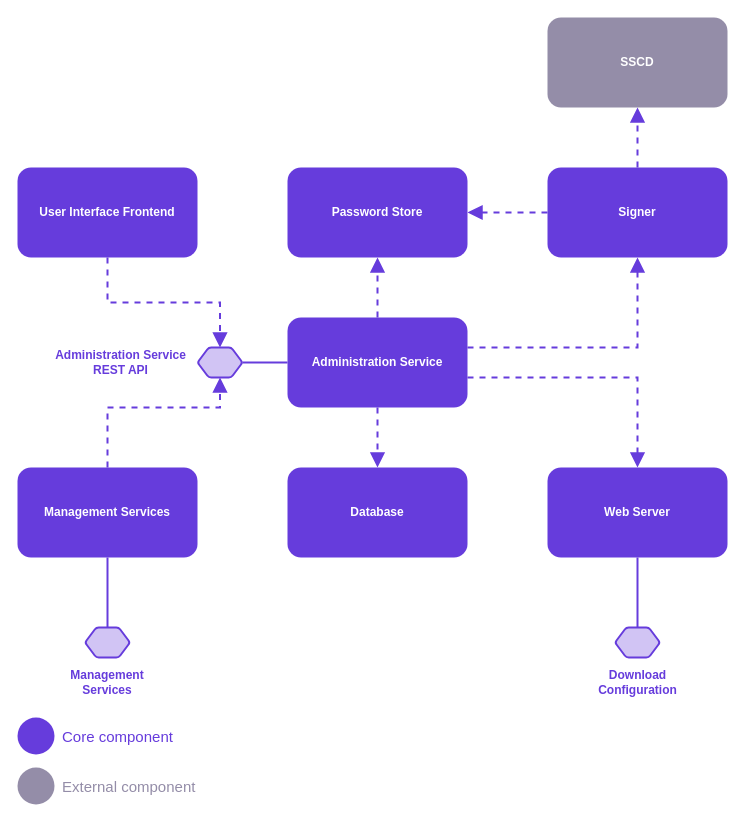
Earlier version of the draw.io diagram doc/Architecture/img/arc-cs_components_and_interfaces_of_the_x_road_central_server.drawio (georgeroliveira/X-VIA-MTI). Source tidied: cells renumbered, new cells numbered last; positions are measured from the earlier drawing's top-left corner, leaving out a move shared by most shapes. Both pictures are drawn from the tidied source at 100%, with x=0, y=0 at pixel (17, 17).
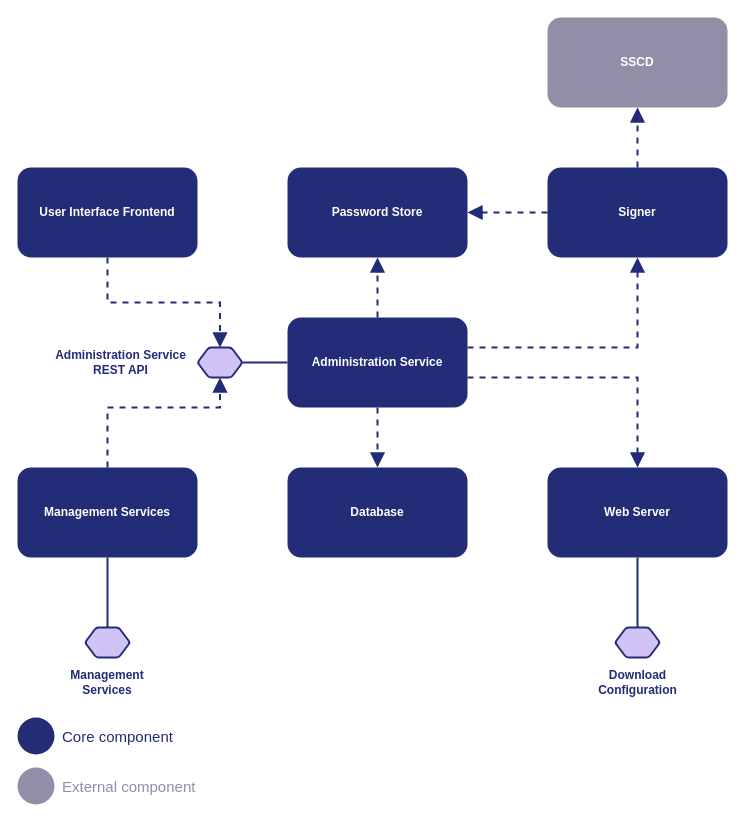
Above is the later version.

The change refers to these unchanged cells:
```xml
<mxCell id="6" value="&lt;b&gt;SSCD&lt;/b&gt;" style="rounded=1;whiteSpace=wrap;html=1;dashed=1;strokeColor=none;strokeWidth=2;fontColor=#FFFFFF;fillColor=#948DA8;" parent="1" vertex="1">
  <mxGeometry x="530" width="180" height="90" as="geometry" />
</mxCell>
```

Diff of the diagram source:
```diff
@@
-    <mxCell id="2" style="edgeStyle=orthogonalEdgeStyle;shape=connector;rounded=0;jettySize=auto;html=1;entryX=0.5;entryY=1;entryDx=0;entryDy=0;dashed=1;labelBackgroundColor=default;strokeColor=#663CDC;strokeWidth=2;fontFamily=Helvetica;fontSize=12;fontColor=default;endArrow=block;endFill=1;startSize=10;endSize=10;" parent="1" edge="1" source="3" target="20">
+    <mxCell id="2" style="edgeStyle=orthogonalEdgeStyle;shape=connector;rounded=0;jettySize=auto;html=1;entryX=0.5;entryY=1;entryDx=0;entryDy=0;dashed=1;labelBackgroundColor=default;strokeColor=#232c77;strokeWidth=2;fontFamily=Helvetica;fontSize=12;fontColor=default;endArrow=block;endFill=1;startSize=10;endSize=10;" parent="1" edge="1" source="3" target="20">
       <mxGeometry relative="1" as="geometry">
         <Array as="points">
           <mxPoint x="90" y="390" />
           <mxPoint x="203" y="390" />
         </Array>
       </mxGeometry>
     </mxCell>
-    <mxCell id="3" value="&lt;b&gt;Management Services&lt;/b&gt;" style="rounded=1;whiteSpace=wrap;html=1;dashed=1;strokeColor=none;strokeWidth=2;fontColor=#FFFFFF;fillColor=#663CDC;" parent="1" vertex="1">
+    <mxCell id="3" value="&lt;b&gt;Management Services&lt;/b&gt;" style="rounded=1;whiteSpace=wrap;html=1;dashed=1;strokeColor=none;strokeWidth=2;fontColor=#FFFFFF;fillColor=#232c77;" parent="1" vertex="1">
       <mxGeometry y="450" width="180" height="90" as="geometry" />
     </mxCell>
-    <mxCell id="4" value="&lt;b&gt;Database&lt;/b&gt;" style="rounded=1;whiteSpace=wrap;html=1;dashed=1;strokeColor=none;strokeWidth=2;fontColor=#FFFFFF;fillColor=#663CDC;" parent="1" vertex="1">
+    <mxCell id="4" value="&lt;b&gt;Database&lt;/b&gt;" style="rounded=1;whiteSpace=wrap;html=1;dashed=1;strokeColor=none;strokeWidth=2;fontColor=#FFFFFF;fillColor=#232c77;" parent="1" vertex="1">
       <mxGeometry x="270" y="450" width="180" height="90" as="geometry" />
     </mxCell>
-    <mxCell id="5" value="&lt;b&gt;Web Server&lt;/b&gt;" style="rounded=1;whiteSpace=wrap;html=1;dashed=1;strokeColor=none;strokeWidth=2;fontColor=#FFFFFF;fillColor=#663CDC;" parent="1" vertex="1">
+    <mxCell id="5" value="&lt;b&gt;Web Server&lt;/b&gt;" style="rounded=1;whiteSpace=wrap;html=1;dashed=1;strokeColor=none;strokeWidth=2;fontColor=#FFFFFF;fillColor=#232c77;" parent="1" vertex="1">
       <mxGeometry x="530" y="450" width="180" height="90" as="geometry" />
     </mxCell>
@@
-    <mxCell id="7" style="edgeStyle=orthogonalEdgeStyle;shape=connector;rounded=0;jettySize=auto;html=1;dashed=1;labelBackgroundColor=default;strokeColor=#663CDC;strokeWidth=2;fontFamily=Helvetica;fontSize=12;fontColor=default;endArrow=block;endFill=1;startSize=10;endSize=10;" parent="1" edge="1" source="9" target="10">
+    <mxCell id="7" style="edgeStyle=orthogonalEdgeStyle;shape=connector;rounded=0;jettySize=auto;html=1;dashed=1;labelBackgroundColor=default;strokeColor=#232c77;strokeWidth=2;fontFamily=Helvetica;fontSize=12;fontColor=default;endArrow=block;endFill=1;startSize=10;endSize=10;" parent="1" edge="1" source="9" target="10">
       <mxGeometry relative="1" as="geometry" />
     </mxCell>
-    <mxCell id="8" style="edgeStyle=orthogonalEdgeStyle;shape=connector;rounded=0;jettySize=auto;html=1;dashed=1;labelBackgroundColor=default;strokeColor=#663CDC;strokeWidth=2;fontFamily=Helvetica;fontSize=12;fontColor=default;endArrow=block;endFill=1;startSize=10;endSize=10;" parent="1" edge="1" source="9" target="6">
+    <mxCell id="8" style="edgeStyle=orthogonalEdgeStyle;shape=connector;rounded=0;jettySize=auto;html=1;dashed=1;labelBackgroundColor=default;strokeColor=#232c77;strokeWidth=2;fontFamily=Helvetica;fontSize=12;fontColor=default;endArrow=block;endFill=1;startSize=10;endSize=10;" parent="1" edge="1" source="9" target="6">
       <mxGeometry relative="1" as="geometry" />
     </mxCell>
-    <mxCell id="9" value="&lt;b&gt;Signer&lt;/b&gt;" style="rounded=1;whiteSpace=wrap;html=1;dashed=1;strokeColor=none;strokeWidth=2;fontColor=#FFFFFF;fillColor=#663CDC;" parent="1" vertex="1">
+    <mxCell id="9" value="&lt;b&gt;Signer&lt;/b&gt;" style="rounded=1;whiteSpace=wrap;html=1;dashed=1;strokeColor=none;strokeWidth=2;fontColor=#FFFFFF;fillColor=#232c77;" parent="1" vertex="1">
       <mxGeometry x="530" y="150" width="180" height="90" as="geometry" />
     </mxCell>
-    <mxCell id="10" value="&lt;b&gt;Password Store&lt;/b&gt;" style="rounded=1;whiteSpace=wrap;html=1;dashed=1;strokeColor=none;strokeWidth=2;fontColor=#FFFFFF;fillColor=#663CDC;" parent="1" vertex="1">
+    <mxCell id="10" value="&lt;b&gt;Password Store&lt;/b&gt;" style="rounded=1;whiteSpace=wrap;html=1;dashed=1;strokeColor=none;strokeWidth=2;fontColor=#FFFFFF;fillColor=#232c77;" parent="1" vertex="1">
       <mxGeometry x="270" y="150" width="180" height="90" as="geometry" />
     </mxCell>
-    <mxCell id="11" style="edgeStyle=orthogonalEdgeStyle;shape=connector;rounded=0;jettySize=auto;html=1;entryX=0.5;entryY=0;entryDx=0;entryDy=0;dashed=1;labelBackgroundColor=default;strokeColor=#663CDC;strokeWidth=2;fontFamily=Helvetica;fontSize=12;fontColor=default;endArrow=block;endFill=1;startSize=10;endSize=10;exitX=0.5;exitY=1;exitDx=0;exitDy=0;" parent="1" edge="1" source="12" target="20">
+    <mxCell id="11" style="edgeStyle=orthogonalEdgeStyle;shape=connector;rounded=0;jettySize=auto;html=1;entryX=0.5;entryY=0;entryDx=0;entryDy=0;dashed=1;labelBackgroundColor=default;strokeColor=#232c77;strokeWidth=2;fontFamily=Helvetica;fontSize=12;fontColor=default;endArrow=block;endFill=1;startSize=10;endSize=10;exitX=0.5;exitY=1;exitDx=0;exitDy=0;" parent="1" edge="1" source="12" target="20">
       <mxGeometry relative="1" as="geometry" />
     </mxCell>
-    <mxCell id="12" value="&lt;b&gt;User Interface Frontend&lt;/b&gt;" style="rounded=1;whiteSpace=wrap;html=1;dashed=1;strokeColor=none;strokeWidth=2;fontColor=#FFFFFF;fillColor=#663CDC;" parent="1" vertex="1">
+    <mxCell id="12" value="&lt;b&gt;User Interface Frontend&lt;/b&gt;" style="rounded=1;whiteSpace=wrap;html=1;dashed=1;strokeColor=none;strokeWidth=2;fontColor=#FFFFFF;fillColor=#232c77;" parent="1" vertex="1">
       <mxGeometry y="150" width="180" height="90" as="geometry" />
     </mxCell>
-    <mxCell id="13" style="edgeStyle=orthogonalEdgeStyle;rounded=0;jettySize=auto;html=1;entryX=0.5;entryY=0;entryDx=0;entryDy=0;fontSize=12;startSize=10;endSize=10;strokeColor=#663CDC;dashed=1;strokeWidth=2;endArrow=block;endFill=1;" parent="1" edge="1" source="17" target="4">
+    <mxCell id="13" style="edgeStyle=orthogonalEdgeStyle;rounded=0;jettySize=auto;html=1;entryX=0.5;entryY=0;entryDx=0;entryDy=0;fontSize=12;startSize=10;endSize=10;strokeColor=#232c77;dashed=1;strokeWidth=2;endArrow=block;endFill=1;" parent="1" edge="1" source="17" target="4">
       <mxGeometry relative="1" as="geometry" />
     </mxCell>
-    <mxCell id="14" style="edgeStyle=orthogonalEdgeStyle;shape=connector;rounded=0;jettySize=auto;html=1;exitX=0.5;exitY=0;exitDx=0;exitDy=0;entryX=0.5;entryY=1;entryDx=0;entryDy=0;dashed=1;labelBackgroundColor=default;strokeColor=#663CDC;strokeWidth=2;fontFamily=Helvetica;fontSize=12;fontColor=default;endArrow=block;endFill=1;startSize=10;endSize=10;" parent="1" edge="1" source="17" target="10">
+    <mxCell id="14" style="edgeStyle=orthogonalEdgeStyle;shape=connector;rounded=0;jettySize=auto;html=1;exitX=0.5;exitY=0;exitDx=0;exitDy=0;entryX=0.5;entryY=1;entryDx=0;entryDy=0;dashed=1;labelBackgroundColor=default;strokeColor=#232c77;strokeWidth=2;fontFamily=Helvetica;fontSize=12;fontColor=default;endArrow=block;endFill=1;startSize=10;endSize=10;" parent="1" edge="1" source="17" target="10">
       <mxGeometry relative="1" as="geometry" />
     </mxCell>
-    <mxCell id="15" style="edgeStyle=orthogonalEdgeStyle;shape=connector;rounded=0;jettySize=auto;html=1;dashed=1;labelBackgroundColor=default;strokeColor=#663CDC;strokeWidth=2;fontFamily=Helvetica;fontSize=12;fontColor=default;endArrow=block;endFill=1;startSize=10;endSize=10;" parent="1" edge="1" source="17" target="5">
+    <mxCell id="15" style="edgeStyle=orthogonalEdgeStyle;shape=connector;rounded=0;jettySize=auto;html=1;dashed=1;labelBackgroundColor=default;strokeColor=#232c77;strokeWidth=2;fontFamily=Helvetica;fontSize=12;fontColor=default;endArrow=block;endFill=1;startSize=10;endSize=10;" parent="1" edge="1" source="17" target="5">
       <mxGeometry relative="1" as="geometry">
         <Array as="points">
           <mxPoint x="620" y="360" />
         </Array>
       </mxGeometry>
     </mxCell>
-    <mxCell id="16" style="edgeStyle=orthogonalEdgeStyle;shape=connector;rounded=0;jettySize=auto;html=1;dashed=1;labelBackgroundColor=default;strokeColor=#663CDC;strokeWidth=2;fontFamily=Helvetica;fontSize=12;fontColor=default;endArrow=block;endFill=1;startSize=10;endSize=10;" parent="1" edge="1" source="17" target="9">
+    <mxCell id="16" style="edgeStyle=orthogonalEdgeStyle;shape=connector;rounded=0;jettySize=auto;html=1;dashed=1;labelBackgroundColor=default;strokeColor=#232c77;strokeWidth=2;fontFamily=Helvetica;fontSize=12;fontColor=default;endArrow=block;endFill=1;startSize=10;endSize=10;" parent="1" edge="1" source="17" target="9">
       <mxGeometry relative="1" as="geometry">
         <Array as="points">
           <mxPoint x="620" y="330" />
         </Array>
       </mxGeometry>
     </mxCell>
-    <mxCell id="17" value="&lt;b&gt;Administration Service&lt;/b&gt;" style="rounded=1;whiteSpace=wrap;html=1;dashed=1;strokeColor=none;strokeWidth=2;fontColor=#FFFFFF;fillColor=#663CDC;" parent="1" vertex="1">
+    <mxCell id="17" value="&lt;b&gt;Administration Service&lt;/b&gt;" style="rounded=1;whiteSpace=wrap;html=1;dashed=1;strokeColor=none;strokeWidth=2;fontColor=#FFFFFF;fillColor=#232c77;" parent="1" vertex="1">
       <mxGeometry x="270" y="300" width="180" height="90" as="geometry" />
     </mxCell>
-    <mxCell id="18" style="edgeStyle=orthogonalEdgeStyle;shape=connector;rounded=0;jettySize=auto;html=1;labelBackgroundColor=default;strokeColor=#663CDC;strokeWidth=2;fontFamily=Helvetica;fontSize=12;fontColor=default;endArrow=none;endFill=0;startSize=10;endSize=10;" parent="1" edge="1" source="20">
+    <mxCell id="18" style="edgeStyle=orthogonalEdgeStyle;shape=connector;rounded=0;jettySize=auto;html=1;labelBackgroundColor=default;strokeColor=#232c77;strokeWidth=2;fontFamily=Helvetica;fontSize=12;fontColor=default;endArrow=none;endFill=0;startSize=10;endSize=10;" parent="1" edge="1" source="20">
       <mxGeometry relative="1" as="geometry">
         <mxPoint x="270" y="345" as="targetPoint" />
         <Array as="points">
           <mxPoint x="270" y="345" />
         </Array>
       </mxGeometry>
     </mxCell>
@@
-    <mxCell id="20" style="shape=hexagon;perimeter=hexagonPerimeter2;whiteSpace=wrap;html=1;rounded=1;shadow=0;strokeColor=#663CDC;strokeWidth=2;fillColor=#D1C4F4;fontSize=15;fontColor=#FFFFFF;arcSize=5;" parent="1" vertex="1">
+    <mxCell id="20" style="shape=hexagon;perimeter=hexagonPerimeter2;whiteSpace=wrap;html=1;rounded=1;shadow=0;strokeColor=#232c77;strokeWidth=2;fillColor=#D1C4F4;fontSize=15;fontColor=#FFFFFF;arcSize=5;" parent="1" vertex="1">
       <mxGeometry x="180" y="330" width="45" height="30" as="geometry" />
     </mxCell>
-    <mxCell id="21" style="edgeStyle=orthogonalEdgeStyle;shape=connector;rounded=0;jettySize=auto;html=1;labelBackgroundColor=default;strokeColor=#663CDC;strokeWidth=2;fontFamily=Helvetica;fontSize=12;fontColor=default;endArrow=none;endFill=0;startSize=10;endSize=10;" parent="1" edge="1" source="22" target="3">
+    <mxCell id="21" style="edgeStyle=orthogonalEdgeStyle;shape=connector;rounded=0;jettySize=auto;html=1;labelBackgroundColor=default;strokeColor=#232c77;strokeWidth=2;fontFamily=Helvetica;fontSize=12;fontColor=default;endArrow=none;endFill=0;startSize=10;endSize=10;" parent="1" edge="1" source="22" target="3">
       <mxGeometry relative="1" as="geometry" />
     </mxCell>
-    <mxCell id="22" style="shape=hexagon;perimeter=hexagonPerimeter2;whiteSpace=wrap;html=1;rounded=1;shadow=0;strokeColor=#663CDC;strokeWidth=2;fillColor=#D1C4F4;fontSize=15;fontColor=#FFFFFF;arcSize=5;" parent="1" vertex="1">
+    <mxCell id="22" style="shape=hexagon;perimeter=hexagonPerimeter2;whiteSpace=wrap;html=1;rounded=1;shadow=0;strokeColor=#232c77;strokeWidth=2;fillColor=#D1C4F4;fontSize=15;fontColor=#FFFFFF;arcSize=5;" parent="1" vertex="1">
       <mxGeometry x="67.5" y="610" width="45" height="30" as="geometry" />
     </mxCell>
-    <mxCell id="23" style="edgeStyle=orthogonalEdgeStyle;shape=connector;rounded=0;jettySize=auto;html=1;labelBackgroundColor=default;strokeColor=#663CDC;strokeWidth=2;fontFamily=Helvetica;fontSize=12;fontColor=default;endArrow=none;endFill=0;startSize=10;endSize=10;" parent="1" edge="1" source="24" target="5">
+    <mxCell id="23" style="edgeStyle=orthogonalEdgeStyle;shape=connector;rounded=0;jettySize=auto;html=1;labelBackgroundColor=default;strokeColor=#232c77;strokeWidth=2;fontFamily=Helvetica;fontSize=12;fontColor=default;endArrow=none;endFill=0;startSize=10;endSize=10;" parent="1" edge="1" source="24" target="5">
       <mxGeometry relative="1" as="geometry" />
     </mxCell>
-    <mxCell id="24" style="shape=hexagon;perimeter=hexagonPerimeter2;whiteSpace=wrap;html=1;rounded=1;shadow=0;strokeColor=#663CDC;strokeWidth=2;fillColor=#D1C4F4;fontSize=15;fontColor=#FFFFFF;arcSize=5;" parent="1" vertex="1">
+    <mxCell id="24" style="shape=hexagon;perimeter=hexagonPerimeter2;whiteSpace=wrap;html=1;rounded=1;shadow=0;strokeColor=#232c77;strokeWidth=2;fillColor=#D1C4F4;fontSize=15;fontColor=#FFFFFF;arcSize=5;" parent="1" vertex="1">
       <mxGeometry x="597.5" y="610" width="45" height="30" as="geometry" />
     </mxCell>
-    <mxCell id="25" value="Download&lt;br&gt;Configuration" style="text;html=1;align=center;verticalAlign=middle;strokeColor=none;fillColor=none;fontSize=12;fontFamily=Helvetica;fontColor=#663CDC;rounded=0;fontStyle=1;" parent="1" vertex="1">
+    <mxCell id="25" value="Download&lt;br&gt;Configuration" style="text;html=1;align=center;verticalAlign=middle;strokeColor=none;fillColor=none;fontSize=12;fontFamily=Helvetica;fontColor=#232c77;rounded=0;fontStyle=1;" parent="1" vertex="1">
       <mxGeometry x="560" y="640" width="120" height="50" as="geometry" />
     </mxCell>
-    <mxCell id="26" value="Management&lt;br&gt;Services" style="text;html=1;strokeColor=none;fillColor=none;align=center;verticalAlign=middle;whiteSpace=wrap;rounded=0;fontColor=#663CDC;fontStyle=1;" parent="1" vertex="1">
+    <mxCell id="26" value="Management&lt;br&gt;Services" style="text;html=1;strokeColor=none;fillColor=none;align=center;verticalAlign=middle;whiteSpace=wrap;rounded=0;fontColor=#232c77;fontStyle=1;" parent="1" vertex="1">
       <mxGeometry x="30" y="640" width="120" height="50" as="geometry" />
     </mxCell>
-    <mxCell id="27" style="ellipse;whiteSpace=wrap;html=1;rounded=1;shadow=0;strokeColor=none;strokeWidth=2;fillColor=#663CDC;fontSize=15;fontColor=#00C8E6;" parent="1" vertex="1">
+    <mxCell id="27" style="ellipse;whiteSpace=wrap;html=1;rounded=1;shadow=0;strokeColor=none;strokeWidth=2;fillColor=#232c77;fontSize=15;fontColor=#00C8E6;" parent="1" vertex="1">
       <mxGeometry y="700" width="37" height="37" as="geometry" />
     </mxCell>
-    <mxCell id="28" value="&lt;font color=&quot;#663cdc&quot;&gt;Core component&lt;/font&gt;" style="text;html=1;align=left;verticalAlign=middle;fontSize=15;fontColor=#00C8E6;" parent="1" vertex="1">
+    <mxCell id="28" value="&lt;font color=&quot;#232c77&quot;&gt;Core component&lt;/font&gt;" style="text;html=1;align=left;verticalAlign=middle;fontSize=15;fontColor=#00C8E6;" parent="1" vertex="1">
       <mxGeometry x="43" y="708.5" width="130" height="20" as="geometry" />
     </mxCell>
@@
-    <mxCell id="31" value="Administration Service&lt;br&gt;REST API" style="text;html=1;align=center;verticalAlign=middle;points=[];strokeColor=none;fillColor=none;fontSize=12;fontColor=#663CDC;rounded=0;fontStyle=1;" parent="1" vertex="1">
+    <mxCell id="31" value="Administration Service&lt;br&gt;REST API" style="text;html=1;align=center;verticalAlign=middle;points=[];strokeColor=none;fillColor=none;fontSize=12;fontColor=#232c77;rounded=0;fontStyle=1;" parent="1" vertex="1">
       <mxGeometry x="13" y="320" width="180" height="50" as="geometry" />
     </mxCell>
```
